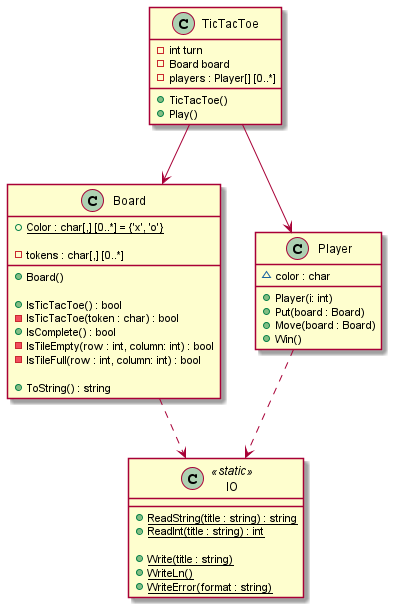
Above: Documentation/v080.png in RicardoGuzmanVelasco/MIW.ADOO (PlantUML), before the change. Its diagram source:
```plantuml
@startuml

class Board
{
    +{static} Color : char[,] [0..*] = {'x', 'o'}

    -tokens : char[,] [0..*]

    +Board()

    +IsTicTacToe() : bool
    -IsTicTacToe(token : char) : bool
    +IsComplete() : bool
    -IsTileEmpty(row : int, column: int) : bool
    -IsTileFull(row : int, column: int) : bool

    +ToString() : string
}
Board ..> IO

class IO <<static>>
{
    +ReadString(title : string) : string {static}
    +ReadInt(title : string) : int {static}

    +Write(title : string) {static}
    +WriteLn() {static}
    +WriteError(format : string) {static}
}

class Player
{
    ~color : char

    +Player(i: int)
    +Put(board : Board)
    +Move(board : Board)
    +Win()
}
Player ..> IO

class TicTacToe
{
    -int turn
    -Board board
    -players : Player[] [0..*]

    +TicTacToe()
    +Play()
}
TicTacToe --> Board
TicTacToe --> Player
@enduml
```
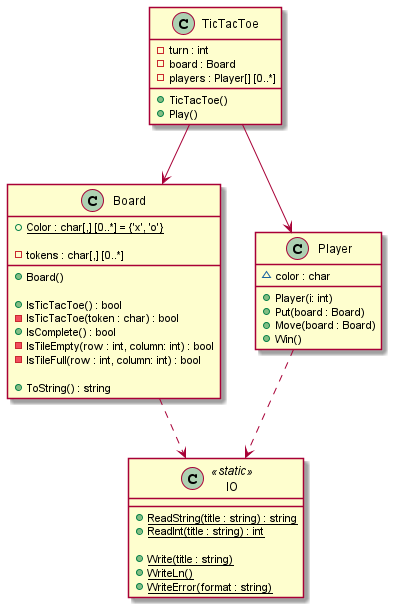
Above is the later version.

The edit, as a diff of the source:
```diff
@@ -41,8 +41,8 @@
 
 class TicTacToe
 {
-    -int turn
-    -Board board
+    -turn : int
+    -board : Board
     -players : Player[] [0..*]
 
     +TicTacToe()
```
